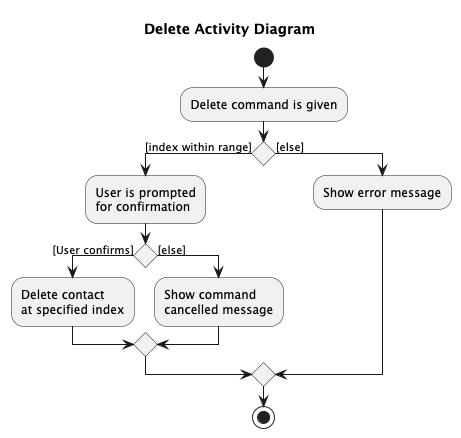
Above: docs/images/DeleteActivityDiagram.png in nus-cs2103-AY2425S1/tp (PlantUML), before the change.
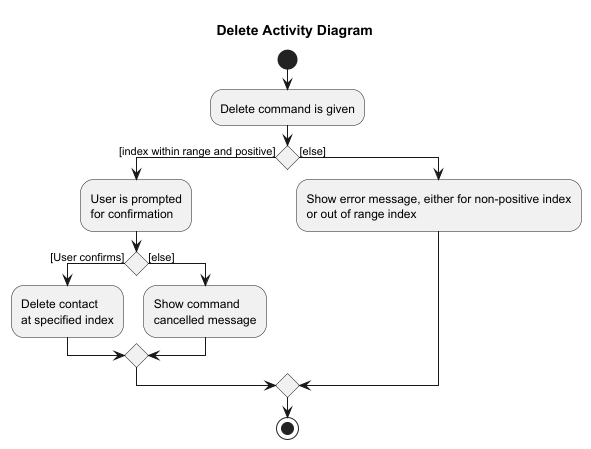
Later version of the same file.

The edit, as a diff of the source:
```diff
@@ -2,7 +2,7 @@
 title Delete Activity Diagram
 start
 :Delete command is given;
-if () then ([index within range])
+if () then ([index within range and positive])
     :User is prompted
     for confirmation;
     if () then ([User confirms])
@@ -13,7 +13,8 @@
         cancelled message;
     endif
  else ([else])
-    :Show error message;
+    :Show error message, either for non-positive index
+    or out of range index;
  endif
 
 stop
```
